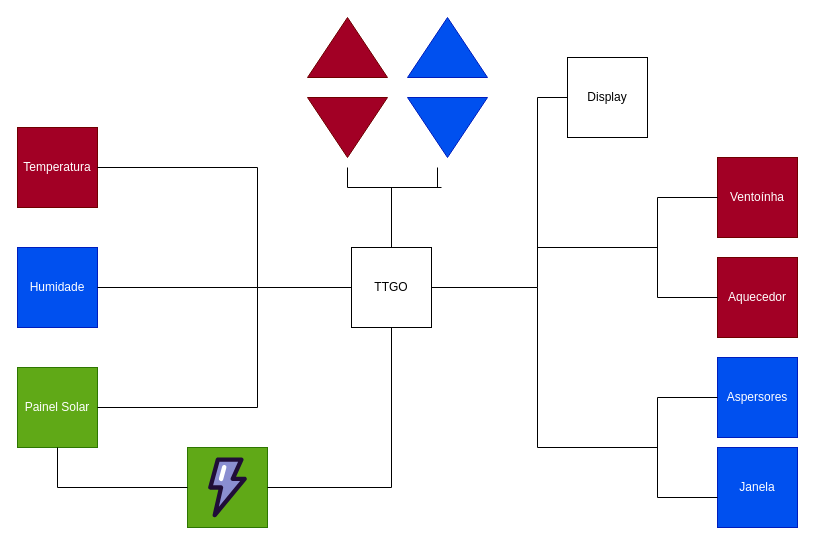
Above: projeto/fase1/IoT_Fase1.drawio in NunoBartolomeu/iot (draw.io), before the change. Source tidied: cells renumbered, new cells numbered last; positions are measured from the earlier drawing's top-left corner, leaving out a move shared by most shapes. Both pictures are drawn from the tidied source at 100%, with x=0, y=0 at pixel (17, 7).
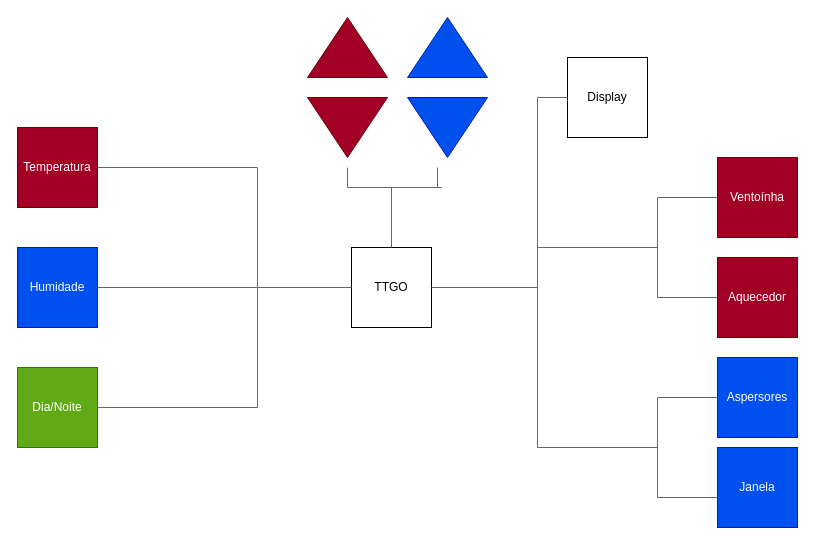
After the change.

Unchanged cells that the change refers to:
```xml
<mxCell id="2" value="TTGO" style="whiteSpace=wrap;html=1;" parent="1" vertex="1">
  <mxGeometry x="334" y="240" width="80" height="80" as="geometry" />
</mxCell>
<mxCell id="3" value="Temperatura" style="whiteSpace=wrap;html=1;fillColor=#a20025;fontColor=#ffffff;strokeColor=#6F0000;" parent="1" vertex="1">
  <mxGeometry y="120" width="80" height="80" as="geometry" />
</mxCell>
<mxCell id="4" value="Humidade" style="whiteSpace=wrap;html=1;fillColor=#0050ef;fontColor=#ffffff;strokeColor=#001DBC;" parent="1" vertex="1">
  <mxGeometry y="240" width="80" height="80" as="geometry" />
</mxCell>
<mxCell id="21" value="Display" style="whiteSpace=wrap;html=1;" parent="1" vertex="1">
  <mxGeometry x="550" y="50" width="80" height="80" as="geometry" />
</mxCell>
<mxCell id="24" value="Ventoínha" style="whiteSpace=wrap;html=1;fillColor=#a20025;fontColor=#ffffff;strokeColor=#6F0000;" parent="1" vertex="1">
  <mxGeometry x="700" y="150" width="80" height="80" as="geometry" />
</mxCell>
<mxCell id="25" value="Aquecedor" style="whiteSpace=wrap;html=1;fillColor=#a20025;fontColor=#ffffff;strokeColor=#6F0000;" parent="1" vertex="1">
  <mxGeometry x="700" y="250" width="80" height="80" as="geometry" />
</mxCell>
```

What changed in the source:
```diff
@@
-    <mxCell id="5" value="Painel Solar" style="whiteSpace=wrap;html=1;fillColor=#60a917;fontColor=#ffffff;strokeColor=#2D7600;" parent="1" vertex="1">
+    <mxCell id="5" value="Dia/Noite" style="whiteSpace=wrap;html=1;fillColor=#60a917;fontColor=#ffffff;strokeColor=#2D7600;" parent="1" vertex="1">
       <mxGeometry y="360" width="80" height="80" as="geometry" />
     </mxCell>
-    <mxCell id="6" style="endArrow=none;html=1;rounded=0;entryX=0;entryY=0.5;entryDx=0;entryDy=0;exitX=1;exitY=0.5;exitDx=0;exitDy=0;" parent="1" edge="1" source="3" target="2">
+    <mxCell id="6" style="endArrow=none;html=1;rounded=0;entryX=0;entryY=0.5;entryDx=0;entryDy=0;exitX=1;exitY=0.5;exitDx=0;exitDy=0;fillColor=#f5f5f5;strokeColor=#666666;" parent="1" edge="1" source="3" target="2">
       <mxGeometry relative="1" as="geometry">
         <Array as="points">
           <mxPoint x="240" y="160" />
           <mxPoint x="240" y="280" />
         </Array>
       </mxGeometry>
     </mxCell>
-    <mxCell id="7" style="endArrow=none;html=1;rounded=0;exitX=1;exitY=0.5;exitDx=0;exitDy=0;" parent="1" edge="1" source="4">
+    <mxCell id="7" style="endArrow=none;html=1;rounded=0;exitX=1;exitY=0.5;exitDx=0;exitDy=0;fillColor=#f5f5f5;strokeColor=#666666;" parent="1" edge="1" source="4">
       <mxGeometry relative="1" as="geometry">
         <mxPoint x="240" y="280" as="targetPoint" />
       </mxGeometry>
     </mxCell>
-    <mxCell id="8" style="endArrow=none;html=1;rounded=0;exitX=1;exitY=0.5;exitDx=0;exitDy=0;" parent="1" edge="1" source="5">
+    <mxCell id="8" style="endArrow=none;html=1;rounded=0;exitX=1;exitY=0.5;exitDx=0;exitDy=0;fillColor=#f5f5f5;strokeColor=#666666;" parent="1" edge="1" source="5">
       <mxGeometry relative="1" as="geometry">
         <mxPoint x="240" y="280" as="targetPoint" />
         <Array as="points">
           <mxPoint x="240" y="400" />
         </Array>
       </mxGeometry>
     </mxCell>
-    <mxCell id="9" style="whiteSpace=wrap;html=1;fillColor=#60a917;fontColor=#ffffff;strokeColor=#2D7600;" parent="1" vertex="1">
-      <mxGeometry x="170" y="440" width="80" height="80" as="geometry" />
-    </mxCell>
-    <mxCell id="10" style="endArrow=none;html=1;rounded=0;exitX=0.5;exitY=1;exitDx=0;exitDy=0;entryX=0;entryY=0.5;entryDx=0;entryDy=0;" parent="1" edge="1" source="5" target="9">
-      <mxGeometry relative="1" as="geometry">
-        <Array as="points">
-          <mxPoint x="40" y="480" />
-        </Array>
-      </mxGeometry>
-    </mxCell>
-    <mxCell id="11" style="endArrow=none;html=1;rounded=0;exitX=1;exitY=0.5;exitDx=0;exitDy=0;entryX=0.5;entryY=1;entryDx=0;entryDy=0;" parent="1" edge="1" source="9" target="2">
-      <mxGeometry relative="1" as="geometry">
-        <Array as="points">
-          <mxPoint x="374" y="480" />
-        </Array>
-      </mxGeometry>
-    </mxCell>
@@
-    <mxCell id="16" style="endArrow=none;html=1;rounded=0;exitX=0.5;exitY=0;exitDx=0;exitDy=0;" parent="1" edge="1" source="2">
+    <mxCell id="16" style="endArrow=none;html=1;rounded=0;exitX=0.5;exitY=0;exitDx=0;exitDy=0;fillColor=#f5f5f5;strokeColor=#666666;" parent="1" edge="1" source="2">
       <mxGeometry relative="1" as="geometry">
         <mxPoint x="374" y="180" as="targetPoint" />
       </mxGeometry>
     </mxCell>
-    <mxCell id="17" style="endArrow=none;html=1;rounded=0;" parent="1" edge="1">
+    <mxCell id="17" style="endArrow=none;html=1;rounded=0;fillColor=#f5f5f5;strokeColor=#666666;" parent="1" edge="1">
       <mxGeometry relative="1" as="geometry">
         <mxPoint x="374" y="180" as="sourcePoint" />
         <mxPoint x="424" y="180" as="targetPoint" />
         <Array as="points">
           <mxPoint x="424" y="180" />
         </Array>
       </mxGeometry>
     </mxCell>
-    <mxCell id="18" style="endArrow=none;html=1;rounded=0;" parent="1" edge="1">
+    <mxCell id="18" style="endArrow=none;html=1;rounded=0;fillColor=#f5f5f5;strokeColor=#666666;" parent="1" edge="1">
       <mxGeometry relative="1" as="geometry">
         <mxPoint x="420" y="180" as="sourcePoint" />
         <mxPoint x="420" y="160" as="targetPoint" />
       </mxGeometry>
     </mxCell>
-    <mxCell id="19" style="endArrow=none;html=1;rounded=0;" parent="1" edge="1">
+    <mxCell id="19" style="endArrow=none;html=1;rounded=0;fillColor=#f5f5f5;strokeColor=#666666;" parent="1" edge="1">
       <mxGeometry relative="1" as="geometry">
         <mxPoint x="330" y="180" as="sourcePoint" />
         <mxPoint x="330" y="160" as="targetPoint" />
         <Array as="points">
           <mxPoint x="330" y="180" />
         </Array>
       </mxGeometry>
     </mxCell>
-    <mxCell id="20" style="endArrow=none;html=1;rounded=0;" parent="1" edge="1">
+    <mxCell id="20" style="endArrow=none;html=1;rounded=0;fillColor=#f5f5f5;strokeColor=#666666;" parent="1" edge="1">
       <mxGeometry relative="1" as="geometry">
         <mxPoint x="330" y="180" as="sourcePoint" />
         <mxPoint x="380" y="180" as="targetPoint" />
       </mxGeometry>
     </mxCell>
@@
-    <mxCell id="22" style="endArrow=none;html=1;rounded=0;exitX=1;exitY=0.5;exitDx=0;exitDy=0;" parent="1" edge="1" source="2">
+    <mxCell id="22" style="endArrow=none;html=1;rounded=0;exitX=1;exitY=0.5;exitDx=0;exitDy=0;fillColor=#f5f5f5;strokeColor=#666666;" parent="1" edge="1" source="2">
       <mxGeometry relative="1" as="geometry">
         <mxPoint x="520" y="90" as="targetPoint" />
         <Array as="points">
           <mxPoint x="520" y="280" />
         </Array>
       </mxGeometry>
     </mxCell>
-    <mxCell id="23" style="endArrow=none;html=1;rounded=0;entryX=0;entryY=0.5;entryDx=0;entryDy=0;" parent="1" edge="1" target="21">
+    <mxCell id="23" style="endArrow=none;html=1;rounded=0;entryX=0;entryY=0.5;entryDx=0;entryDy=0;fillColor=#f5f5f5;strokeColor=#666666;" parent="1" edge="1" target="21">
       <mxGeometry relative="1" as="geometry">
         <mxPoint x="520" y="90" as="sourcePoint" />
       </mxGeometry>
     </mxCell>
@@
-    <mxCell id="28" style="endArrow=none;html=1;rounded=0;" parent="1" edge="1">
+    <mxCell id="28" style="endArrow=none;html=1;rounded=0;fillColor=#f5f5f5;strokeColor=#666666;" parent="1" edge="1">
       <mxGeometry relative="1" as="geometry">
         <mxPoint x="520" y="440" as="sourcePoint" />
         <mxPoint x="520" y="280" as="targetPoint" />
       </mxGeometry>
     </mxCell>
-    <mxCell id="29" style="endArrow=none;html=1;rounded=0;entryX=0;entryY=0.5;entryDx=0;entryDy=0;" parent="1" edge="1" target="25">
+    <mxCell id="29" style="endArrow=none;html=1;rounded=0;entryX=0;entryY=0.5;entryDx=0;entryDy=0;fillColor=#f5f5f5;strokeColor=#666666;" parent="1" edge="1" target="25">
       <mxGeometry relative="1" as="geometry">
         <mxPoint x="640" y="290" as="sourcePoint" />
       </mxGeometry>
     </mxCell>
-    <mxCell id="30" style="endArrow=none;html=1;rounded=0;entryX=0;entryY=0.5;entryDx=0;entryDy=0;" parent="1" edge="1" target="24">
+    <mxCell id="30" style="endArrow=none;html=1;rounded=0;entryX=0;entryY=0.5;entryDx=0;entryDy=0;fillColor=#f5f5f5;strokeColor=#666666;" parent="1" edge="1" target="24">
       <mxGeometry relative="1" as="geometry">
         <mxPoint x="640" y="190" as="sourcePoint" />
       </mxGeometry>
     </mxCell>
-    <mxCell id="31" style="endArrow=none;html=1;rounded=0;" parent="1" edge="1">
+    <mxCell id="31" style="endArrow=none;html=1;rounded=0;fillColor=#f5f5f5;strokeColor=#666666;" parent="1" edge="1">
       <mxGeometry relative="1" as="geometry">
         <mxPoint x="640" y="290" as="sourcePoint" />
         <mxPoint x="640" y="190" as="targetPoint" />
       </mxGeometry>
     </mxCell>
-    <mxCell id="32" style="endArrow=none;html=1;rounded=0;" parent="1" edge="1">
+    <mxCell id="32" style="endArrow=none;html=1;rounded=0;fillColor=#f5f5f5;strokeColor=#666666;" parent="1" edge="1">
       <mxGeometry relative="1" as="geometry">
         <mxPoint x="520" y="240" as="sourcePoint" />
         <mxPoint x="640" y="240" as="targetPoint" />
       </mxGeometry>
     </mxCell>
-    <mxCell id="33" style="endArrow=none;html=1;rounded=0;entryX=0;entryY=0.5;entryDx=0;entryDy=0;" parent="1" edge="1">
+    <mxCell id="33" style="endArrow=none;html=1;rounded=0;entryX=0;entryY=0.5;entryDx=0;entryDy=0;fillColor=#f5f5f5;strokeColor=#666666;" parent="1" edge="1">
       <mxGeometry relative="1" as="geometry">
         <mxPoint x="640" y="490" as="sourcePoint" />
         <mxPoint x="700" y="490" as="targetPoint" />
       </mxGeometry>
     </mxCell>
-    <mxCell id="34" style="endArrow=none;html=1;rounded=0;entryX=0;entryY=0.5;entryDx=0;entryDy=0;" parent="1" edge="1">
+    <mxCell id="34" style="endArrow=none;html=1;rounded=0;entryX=0;entryY=0.5;entryDx=0;entryDy=0;fillColor=#f5f5f5;strokeColor=#666666;" parent="1" edge="1">
       <mxGeometry relative="1" as="geometry">
         <mxPoint x="640" y="390" as="sourcePoint" />
         <mxPoint x="700" y="390" as="targetPoint" />
       </mxGeometry>
     </mxCell>
-    <mxCell id="35" style="endArrow=none;html=1;rounded=0;" parent="1" edge="1">
+    <mxCell id="35" style="endArrow=none;html=1;rounded=0;fillColor=#f5f5f5;strokeColor=#666666;" parent="1" edge="1">
       <mxGeometry relative="1" as="geometry">
         <mxPoint x="640" y="490" as="sourcePoint" />
         <mxPoint x="640" y="390" as="targetPoint" />
       </mxGeometry>
     </mxCell>
-    <mxCell id="36" style="endArrow=none;html=1;rounded=0;" parent="1" edge="1">
+    <mxCell id="36" style="endArrow=none;html=1;rounded=0;fillColor=#f5f5f5;strokeColor=#666666;" parent="1" edge="1">
       <mxGeometry relative="1" as="geometry">
         <mxPoint x="520" y="440" as="sourcePoint" />
         <mxPoint x="640" y="440" as="targetPoint" />
       </mxGeometry>
     </mxCell>
-    <mxCell id="37" style="verticalLabelPosition=bottom;html=1;shape=mxgraph.salesforce.platform;" parent="1" vertex="1">
-      <mxGeometry x="190.5" y="450" width="39" height="60" as="geometry" />
-    </mxCell>
```
